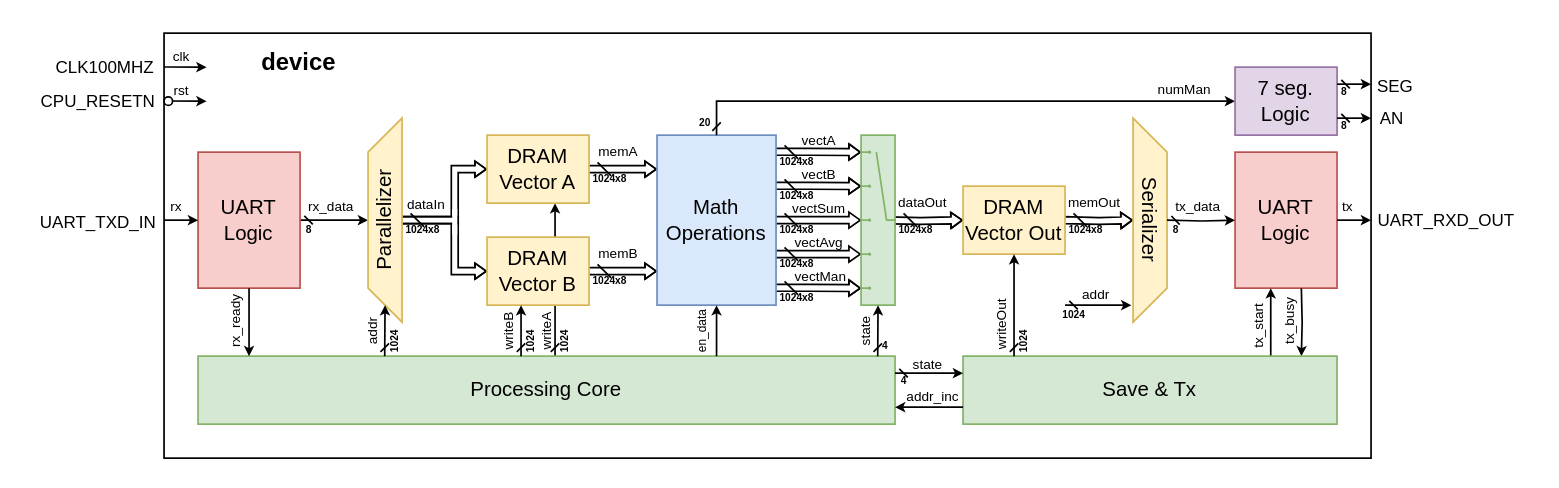
KevinPizarro/ipd432-tarea3 keeps this draw.io diagram as Diagramas/pipelined.drawio. Above is the earlier version. Source tidied: cells renumbered, new cells numbered last; positions are measured from the earlier drawing's top-left corner, leaving out a move shared by most shapes. Both pictures are drawn from the tidied source at 170%, with x=0, y=0 at pixel (29, 32).
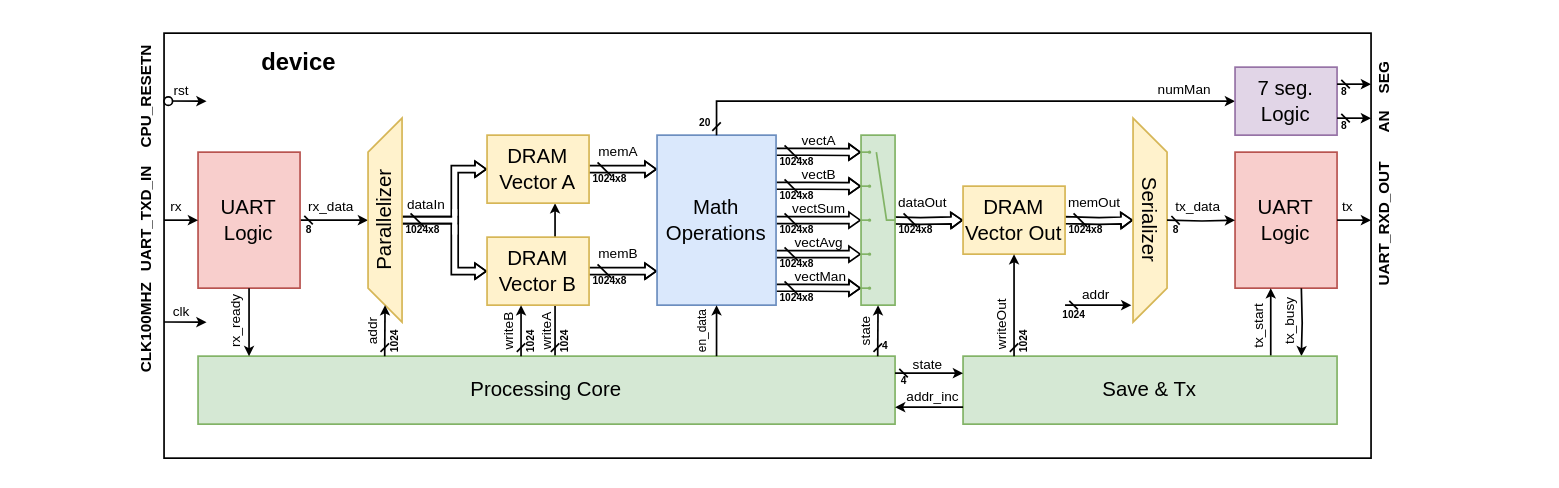
After the change.

Commit message (it also covers changes not shown here):
diagramitas editados para el informe

The edit, as a diff of the source:
```diff
@@
-    <mxCell id="86" value="UART_RXD_OUT" style="text;html=1;align=center;verticalAlign=middle;strokeColor=none;fillColor=none;fontSize=10;" parent="1" vertex="1">
-      <mxGeometry x="783" y="100" width="100" height="20" as="geometry" />
+    <mxCell id="86" value="UART_RXD_OUT" style="text;html=1;align=center;verticalAlign=middle;strokeColor=none;fillColor=none;fontSize=9;rotation=-90;fontStyle=1;" parent="1" vertex="1">
+      <mxGeometry x="752" y="103" width="90" height="20" as="geometry" />
     </mxCell>
@@
-    <mxCell id="89" value="SEG" style="text;html=1;align=center;verticalAlign=middle;strokeColor=none;fillColor=none;fontSize=10;" parent="1" vertex="1">
-      <mxGeometry x="783" y="21" width="40" height="20" as="geometry" />
+    <mxCell id="89" value="SEG" style="text;html=1;align=center;verticalAlign=middle;strokeColor=none;fillColor=none;fontSize=9;rotation=-90;fontStyle=1;" parent="1" vertex="1">
+      <mxGeometry x="782" y="17" width="30" height="20" as="geometry" />
     </mxCell>
-    <mxCell id="90" value="AN" style="text;html=1;align=center;verticalAlign=middle;strokeColor=none;fillColor=none;fontSize=10;" parent="1" vertex="1">
-      <mxGeometry x="786" y="40" width="30" height="20" as="geometry" />
+    <mxCell id="90" value="AN" style="text;html=1;align=center;verticalAlign=middle;strokeColor=none;fillColor=none;fontSize=9;rotation=-90;fontStyle=1;" parent="1" vertex="1">
+      <mxGeometry x="782" y="43" width="30" height="20" as="geometry" />
     </mxCell>
@@
-    <mxCell id="93" value="UART_TXD_IN" style="text;html=1;align=center;verticalAlign=middle;strokeColor=none;fillColor=none;fontSize=10;" parent="1" vertex="1">
-      <mxGeometry y="101" width="80" height="20" as="geometry" />
+    <mxCell id="93" value="UART_TXD_IN" style="text;html=1;align=center;verticalAlign=middle;strokeColor=none;fillColor=none;fontSize=9;rotation=-90;fontStyle=1;" parent="1" vertex="1">
+      <mxGeometry x="29" y="100" width="80" height="20" as="geometry" />
     </mxCell>
-    <mxCell id="94" value="CLK100MHZ" style="text;html=1;align=center;verticalAlign=middle;strokeColor=none;fillColor=none;fontSize=10;" parent="1" vertex="1">
-      <mxGeometry x="9" y="10" width="70" height="20" as="geometry" />
+    <mxCell id="94" value="CLK100MHZ" style="text;html=1;align=center;verticalAlign=middle;strokeColor=none;fillColor=none;fontSize=9;rotation=-90;fontStyle=1;" parent="1" vertex="1">
+      <mxGeometry x="34" y="164" width="70" height="20" as="geometry" />
     </mxCell>
     <mxCell id="95" style="endArrow=classic;html=1;rounded=0;fontSize=4;fontColor=#808080;strokeWidth=1;endSize=3;startSize=3;" parent="1" edge="1">
       <mxGeometry relative="1" as="geometry">
-        <mxPoint x="79" y="19.9" as="sourcePoint" />
-        <mxPoint x="104" y="20" as="targetPoint" />
+        <mxPoint x="79" y="169.9" as="sourcePoint" />
+        <mxPoint x="104" y="170" as="targetPoint" />
       </mxGeometry>
     </mxCell>
-    <mxCell id="96" value="CPU_RESETN" style="text;html=1;align=center;verticalAlign=middle;strokeColor=none;fillColor=none;fontSize=10;" parent="1" vertex="1">
-      <mxGeometry y="30" width="80" height="20" as="geometry" />
+    <mxCell id="96" value="CPU_RESETN" style="text;html=1;align=center;verticalAlign=middle;strokeColor=none;fillColor=none;fontSize=9;rotation=-90;fontStyle=1;" parent="1" vertex="1">
+      <mxGeometry x="29" y="28" width="80" height="20" as="geometry" />
     </mxCell>
@@
     <mxCell id="100" value="clk" style="text;html=1;align=center;verticalAlign=middle;strokeColor=none;fillColor=none;fontSize=8;" parent="1" vertex="1">
-      <mxGeometry x="74" y="4" width="30" height="20" as="geometry" />
+      <mxGeometry x="74" y="154" width="30" height="20" as="geometry" />
     </mxCell>
```
